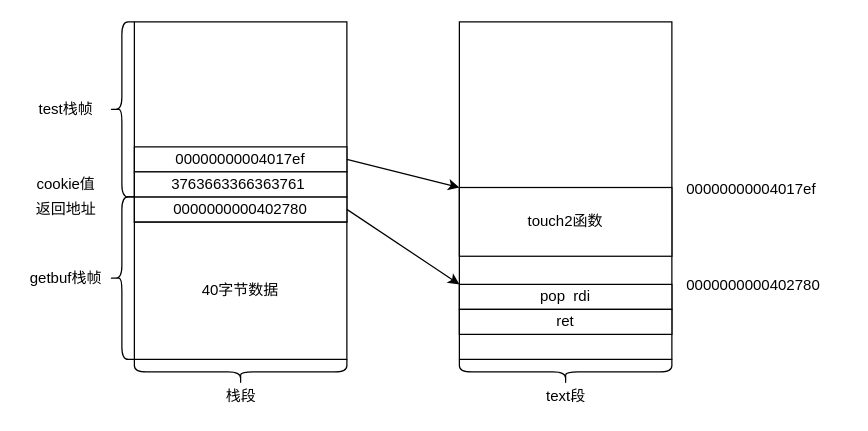
Before: blog/Attaclab-Level4.drawio in Zephyrccc/ImageHostingService, a draw.io diagram. Source tidied: cells renumbered, new cells numbered last; positions are measured from the earlier drawing's top-left corner, leaving out a move shared by most shapes. Both pictures are drawn from the tidied source at 125%, with x=0, y=0 at pixel (21, 21).
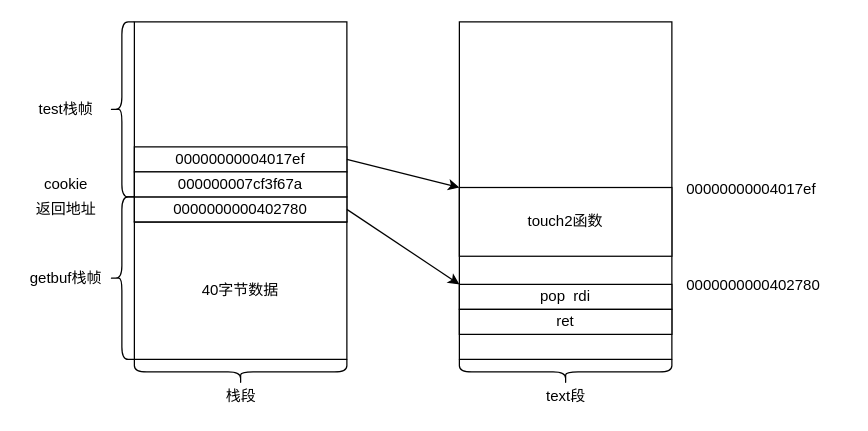
Above is the later version.

The edit, as a diff of the source:
```diff
@@
-    <mxCell id="23" value="3763663366363761&amp;nbsp;" style="rounded=0;whiteSpace=wrap;html=1;" parent="1" vertex="1">
+    <mxCell id="23" value="000000007cf3f67a" style="rounded=0;whiteSpace=wrap;html=1;" parent="1" vertex="1">
       <mxGeometry x="90" y="120" width="170" height="20" as="geometry" />
     </mxCell>
-    <mxCell id="24" value="cookie值" style="text;html=1;align=center;verticalAlign=middle;strokeColor=none;fillColor=none;" parent="1" vertex="1">
-      <mxGeometry x="5" y="120" width="60" height="20" as="geometry" />
+    <mxCell id="24" value="cookie" style="text;html=1;align=center;verticalAlign=middle;strokeColor=none;fillColor=none;" parent="1" vertex="1">
+      <mxGeometry x="10" y="120" width="50" height="20" as="geometry" />
     </mxCell>
```
